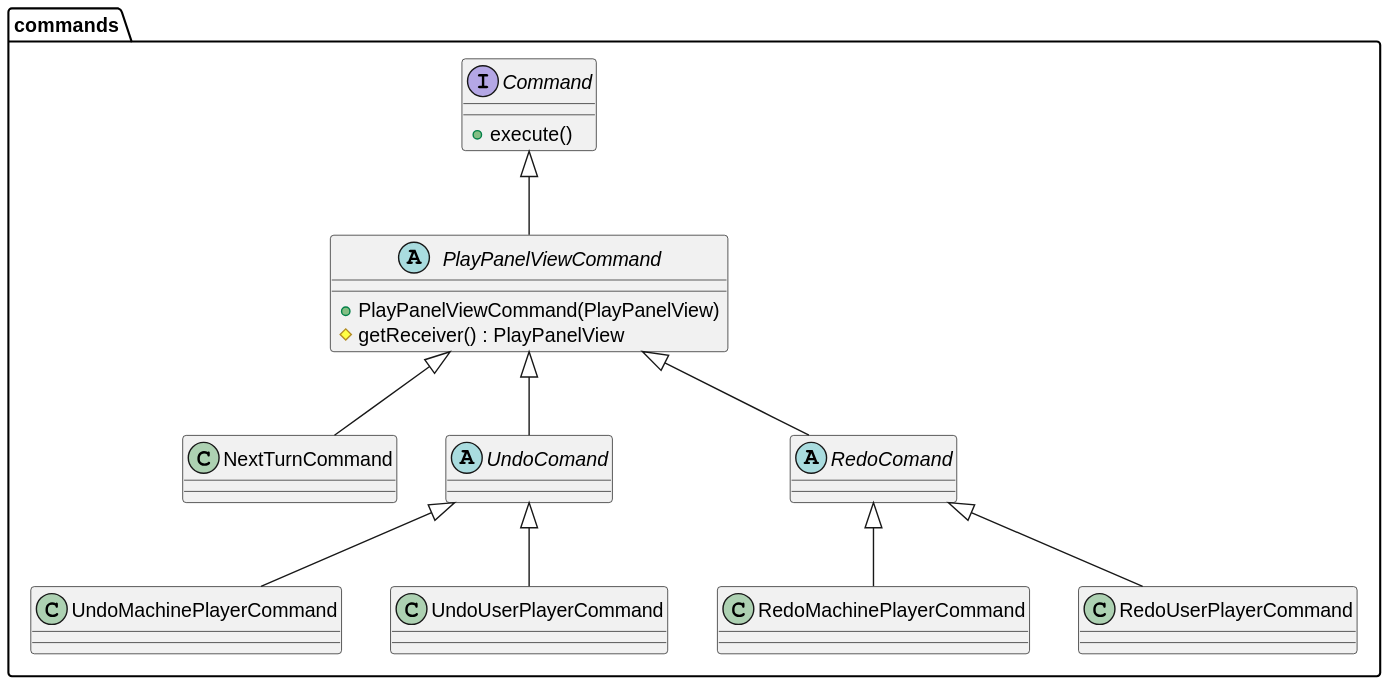
Above: out/connect4/Docs/diagrams/src/packages/connect4.connect4.views.graphics.gameLoop.play.panel.commands/connect4.connect4.views.graphics.commands.svg in js-rom/connect4 (PlantUML), before the change. Its diagram source:
```plantuml
@startuml
interface commands.Command {
    +execute()
}
abstract class commands.PlayPanelViewCommand {
    +PlayPanelViewCommand(PlayPanelView)
    #getReceiver() : PlayPanelView
}

class commands.NextTurnCommand
abstract class commands.UndoComand
abstract class commands.RedoComand
class commands.RedoMachinePlayerCommand {}
class commands.UndoMachinePlayerCommand {}
class commands.RedoUserPlayerCommand {}
class commands.UndoUserPlayerCommand {}

Command <|-- PlayPanelViewCommand
PlayPanelViewCommand <|-- NextTurnCommand
PlayPanelViewCommand <|-- UndoComand
PlayPanelViewCommand <|-- RedoComand
UndoComand <|-- UndoMachinePlayerCommand
UndoComand <|-- UndoUserPlayerCommand
RedoComand <|-- RedoMachinePlayerCommand
RedoComand <|-- RedoUserPlayerCommand
@enduml
```
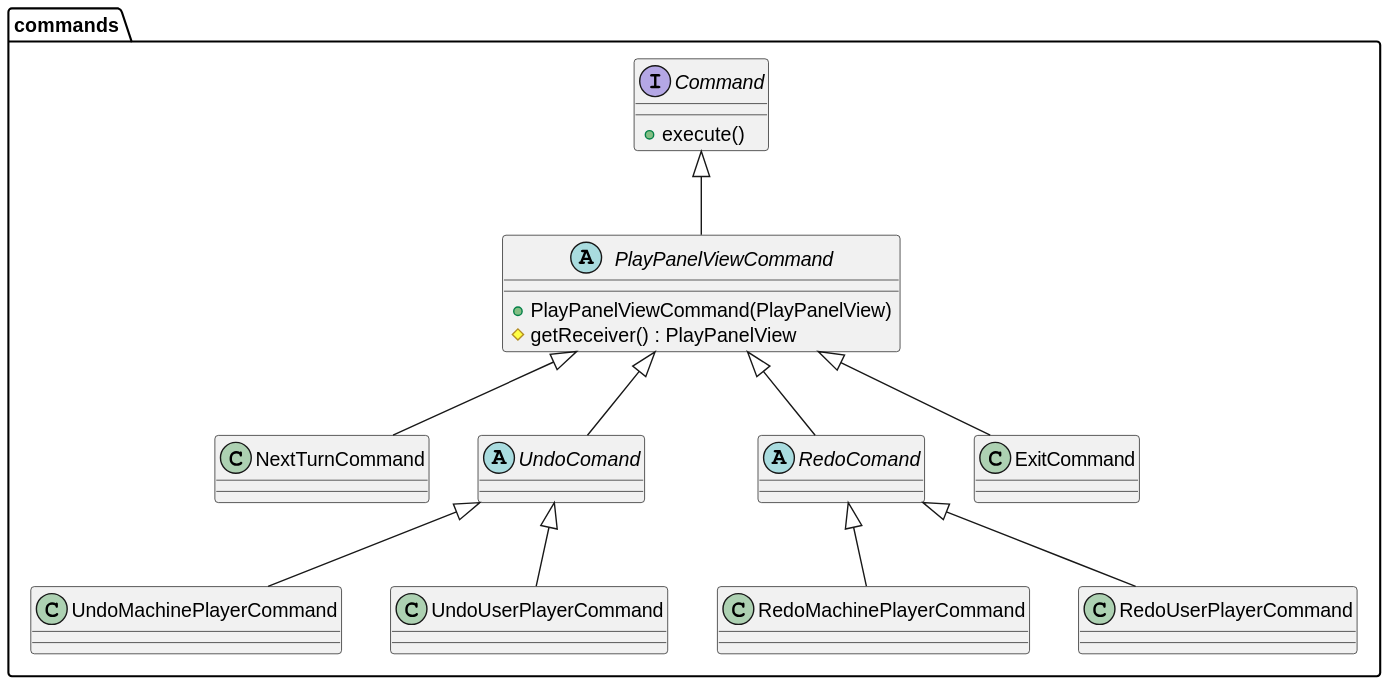
The same diagram one commit later.

What changed in the source:
```diff
@@ -14,11 +14,13 @@
 class commands.UndoMachinePlayerCommand {}
 class commands.RedoUserPlayerCommand {}
 class commands.UndoUserPlayerCommand {}
+class commands.ExitCommand
 
 Command <|-- PlayPanelViewCommand
 PlayPanelViewCommand <|-- NextTurnCommand
 PlayPanelViewCommand <|-- UndoComand
 PlayPanelViewCommand <|-- RedoComand
+PlayPanelViewCommand <|-- ExitCommand
 UndoComand <|-- UndoMachinePlayerCommand
 UndoComand <|-- UndoUserPlayerCommand
 RedoComand <|-- RedoMachinePlayerCommand
```
